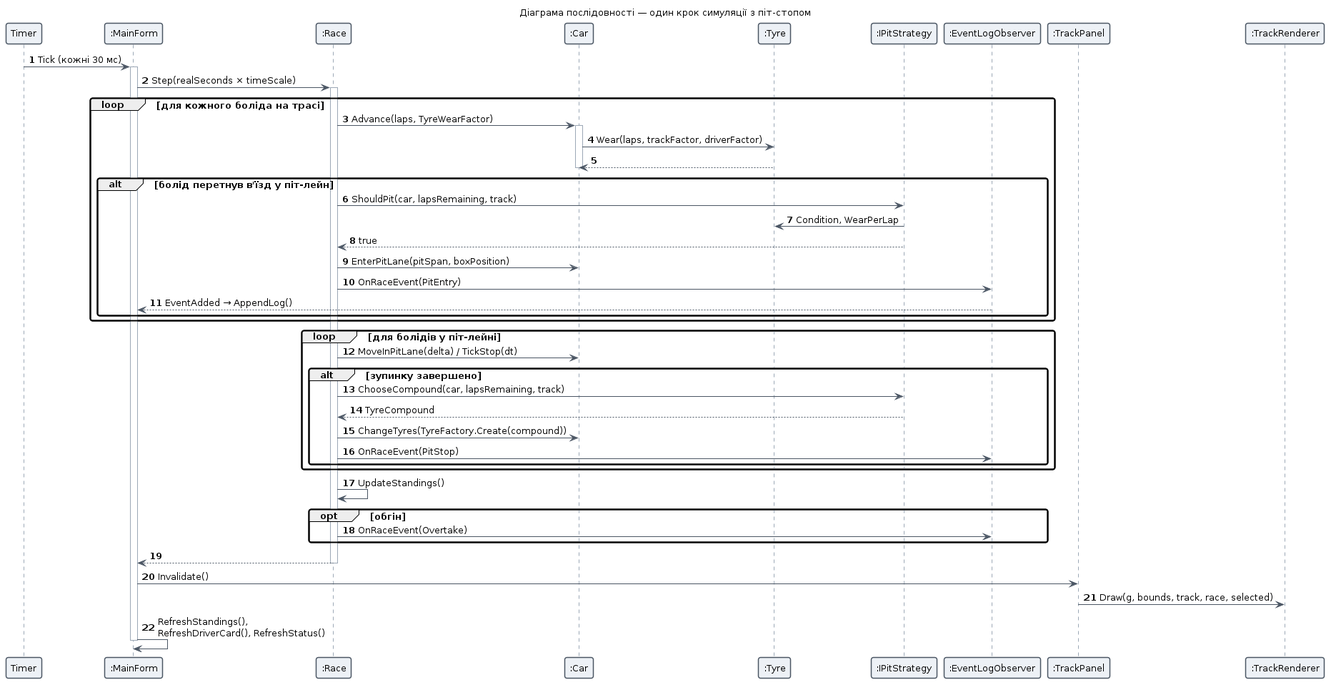
Before: docs/uml/06-sequence-race-step.png, a diagram exported from PlantUML (makson221/F1RaceSimulator). Its source is kept beside it as docs/uml/06-sequence-race-step.puml. Source of this version:
```plantuml
@startuml sequence-race-step
!include _style.iuml
title Діаграма послідовності — один крок симуляції з піт-стопом
autonumber

participant "Timer" as Timer
participant ":MainForm" as Form
participant ":Race" as Race
participant ":Car" as Car
participant ":Tyre" as Tyre
participant ":IPitStrategy" as Strategy
participant ":EventLogObserver" as Log
participant ":TrackPanel" as Panel
participant ":TrackRenderer" as Renderer

Timer -> Form : Tick (кожні 30 мс)
activate Form
Form -> Race : Step(realSeconds × timeScale)
activate Race
loop для кожного боліда на трасі
  Race -> Car : Advance(laps, TyreWearFactor)
  activate Car
  Car -> Tyre : Wear(laps, trackFactor, driverFactor)
  Tyre --> Car
  deactivate Car
  alt болід перетнув в'їзд у піт-лейн
    Race -> Strategy : ShouldPit(car, lapsRemaining, track)
    Strategy -> Tyre : Condition, WearPerLap
    Strategy --> Race : true
    Race -> Car : EnterPitLane(pitSpan, boxPosition)
    Race -> Log : OnRaceEvent(PitEntry)
    Log --> Form : EventAdded → AppendLog()
  end
end
loop для болідів у піт-лейні
  Race -> Car : MoveInPitLane(delta) / TickStop(dt)
  alt зупинку завершено
    Race -> Strategy : ChooseCompound(car, lapsRemaining, track)
    Strategy --> Race : TyreCompound
    Race -> Car : ChangeTyres(TyreFactory.Create(compound))
    Race -> Log : OnRaceEvent(PitStop)
  end
end
Race -> Race : UpdateStandings()
opt обгін
  Race -> Log : OnRaceEvent(Overtake)
end
Race --> Form
deactivate Race
Form -> Panel : Invalidate()
Panel -> Renderer : Draw(g, bounds, track, race, selected)
Form -> Form : RefreshStandings(),\nRefreshDriverCard(), RefreshStatus()
deactivate Form
@enduml
```
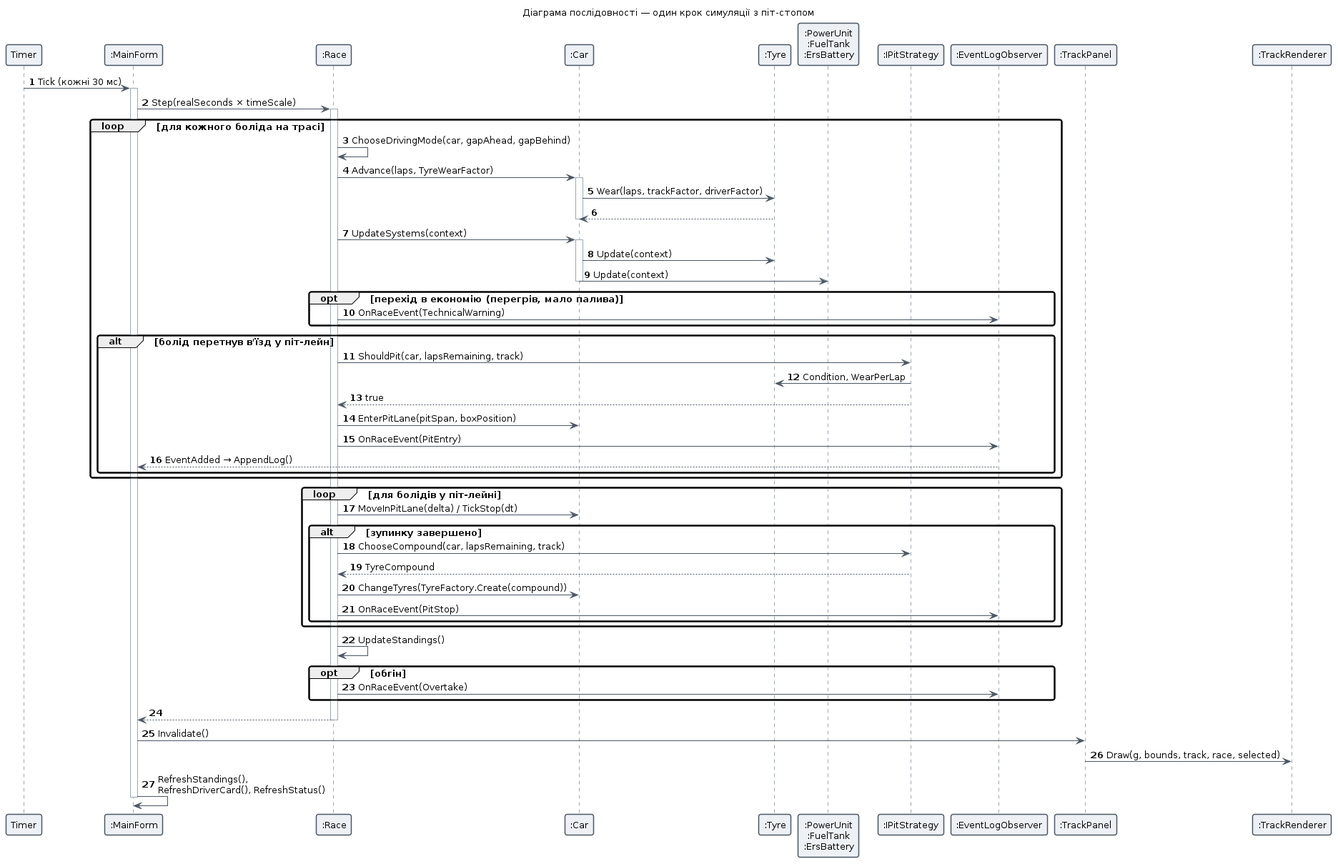
After the change.

Diff of the diagram source:
```diff
@@ -8,6 +8,7 @@
 participant ":Race" as Race
 participant ":Car" as Car
 participant ":Tyre" as Tyre
+participant ":PowerUnit\n:FuelTank\n:ErsBattery" as Parts
 participant ":IPitStrategy" as Strategy
 participant ":EventLogObserver" as Log
 participant ":TrackPanel" as Panel
@@ -18,11 +19,20 @@
 Form -> Race : Step(realSeconds × timeScale)
 activate Race
 loop для кожного боліда на трасі
+  Race -> Race : ChooseDrivingMode(car, gapAhead, gapBehind)
   Race -> Car : Advance(laps, TyreWearFactor)
   activate Car
   Car -> Tyre : Wear(laps, trackFactor, driverFactor)
   Tyre --> Car
   deactivate Car
+  Race -> Car : UpdateSystems(context)
+  activate Car
+  Car -> Tyre : Update(context)
+  Car -> Parts : Update(context)
+  deactivate Car
+  opt перехід в економію (перегрів, мало палива)
+    Race -> Log : OnRaceEvent(TechnicalWarning)
+  end
   alt болід перетнув в'їзд у піт-лейн
     Race -> Strategy : ShouldPit(car, lapsRemaining, track)
     Strategy -> Tyre : Condition, WearPerLap
```
